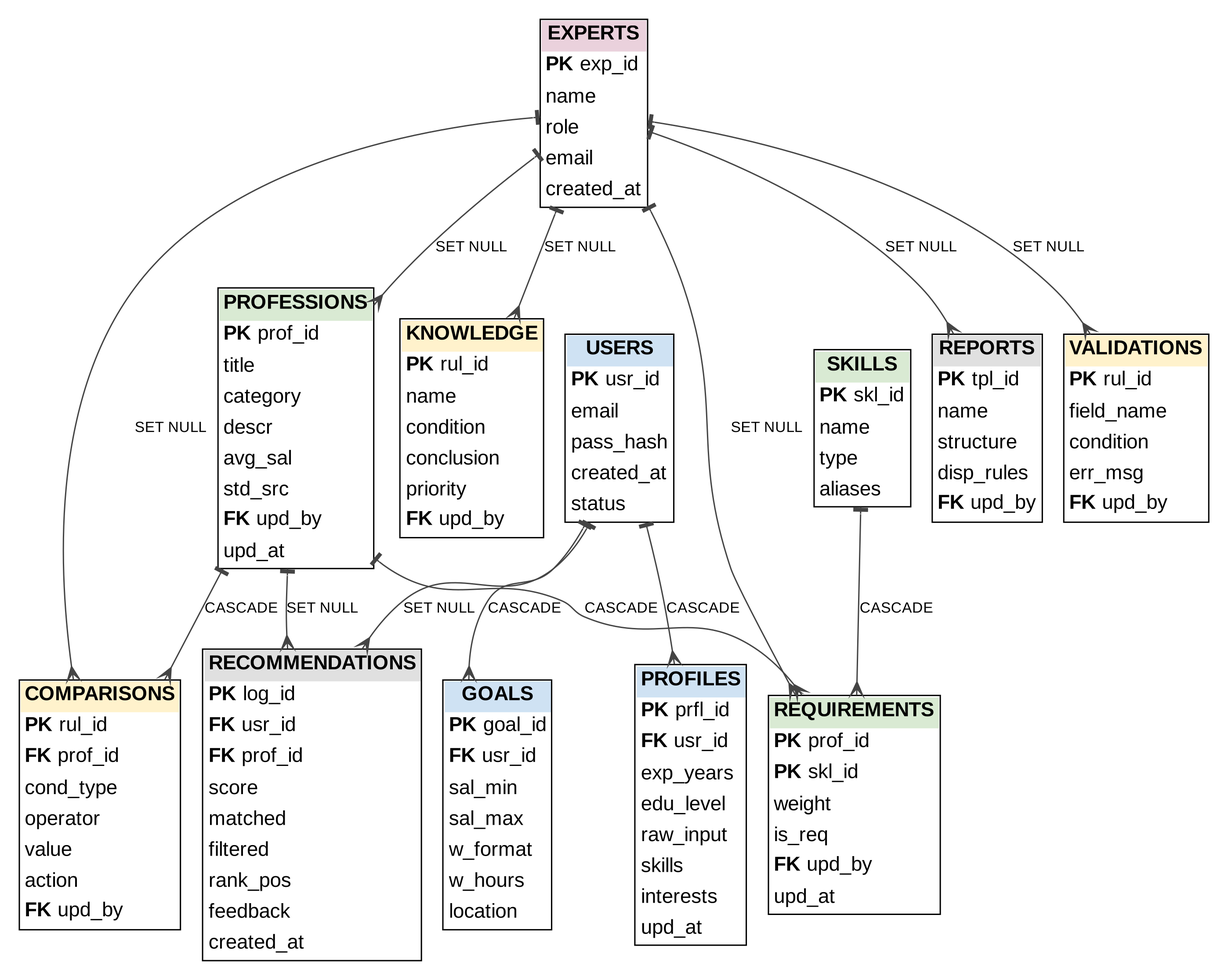
This is models/er_diagram.png from Chto1Chto1/career-match, a Mermaid export, as it was before one commit. Its source is kept beside it as models/er_diagram.mmd.
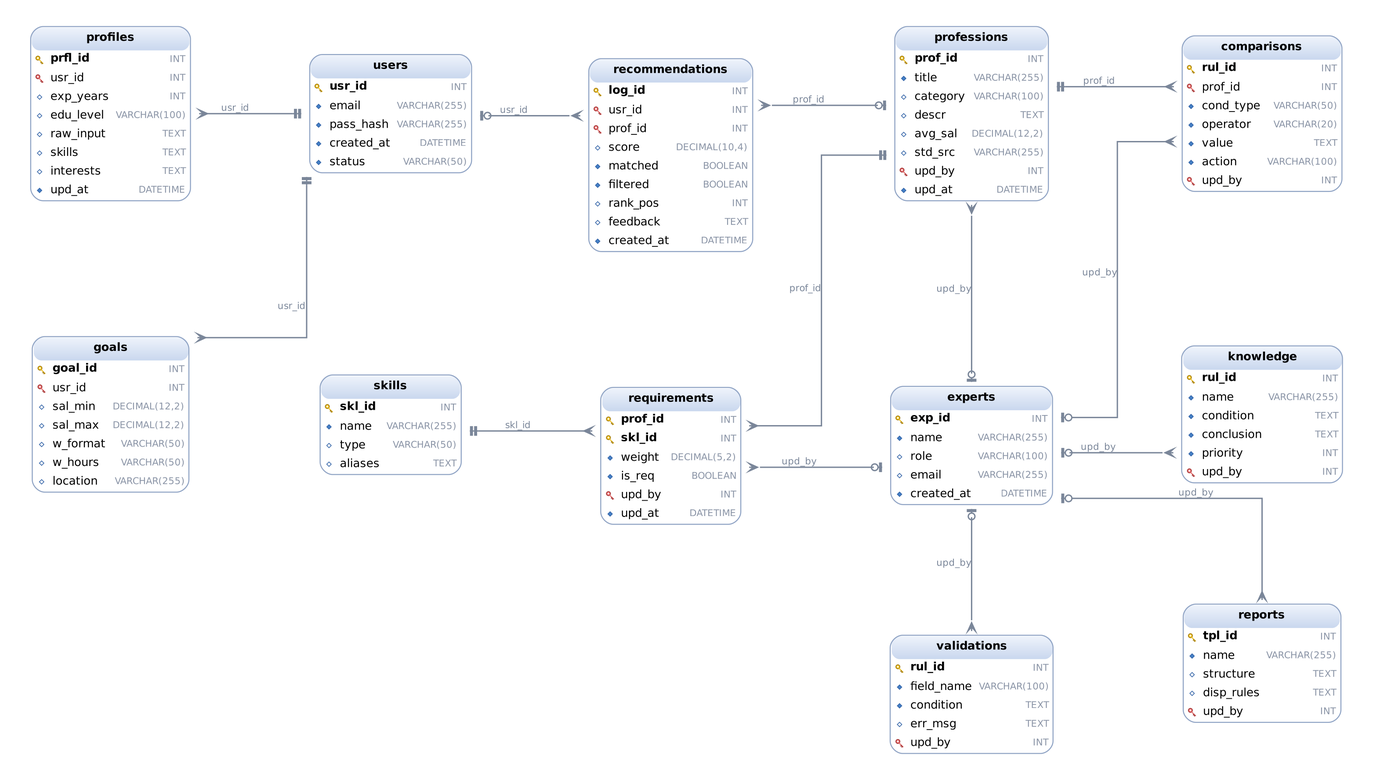
After the change.

Commit message:
Обновлена ER-диаграмма, уточнено описание и доработана обработка ввода в базе знаний

The edit, as a diff of the source:
```diff
@@ -1,17 +1,17 @@
 erDiagram
     PROFESSIONS ||--o{ COMPARISONS : "prof_id"
-    EXPERTS ||--o{ COMPARISONS : "upd_by"
+    EXPERTS |o--o{ COMPARISONS : "upd_by"
     USERS ||--o{ GOALS : "usr_id"
-    EXPERTS ||--o{ KNOWLEDGE : "upd_by"
-    EXPERTS ||--o{ PROFESSIONS : "upd_by"
+    EXPERTS |o--o{ KNOWLEDGE : "upd_by"
+    EXPERTS |o--o{ PROFESSIONS : "upd_by"
     USERS ||--o{ PROFILES : "usr_id"
-    PROFESSIONS ||--o{ RECOMMENDATIONS : "prof_id"
-    USERS ||--o{ RECOMMENDATIONS : "usr_id"
-    EXPERTS ||--o{ REPORTS : "upd_by"
+    PROFESSIONS |o--o{ RECOMMENDATIONS : "prof_id"
+    USERS |o--o{ RECOMMENDATIONS : "usr_id"
+    EXPERTS |o--o{ REPORTS : "upd_by"
     SKILLS ||--o{ REQUIREMENTS : "skl_id"
     PROFESSIONS ||--o{ REQUIREMENTS : "prof_id"
-    EXPERTS ||--o{ REQUIREMENTS : "upd_by"
-    EXPERTS ||--o{ VALIDATIONS : "upd_by"
+    EXPERTS |o--o{ REQUIREMENTS : "upd_by"
+    EXPERTS |o--o{ VALIDATIONS : "upd_by"
     COMPARISONS {
         INT rul_id PK
         INT prof_id FK
```
